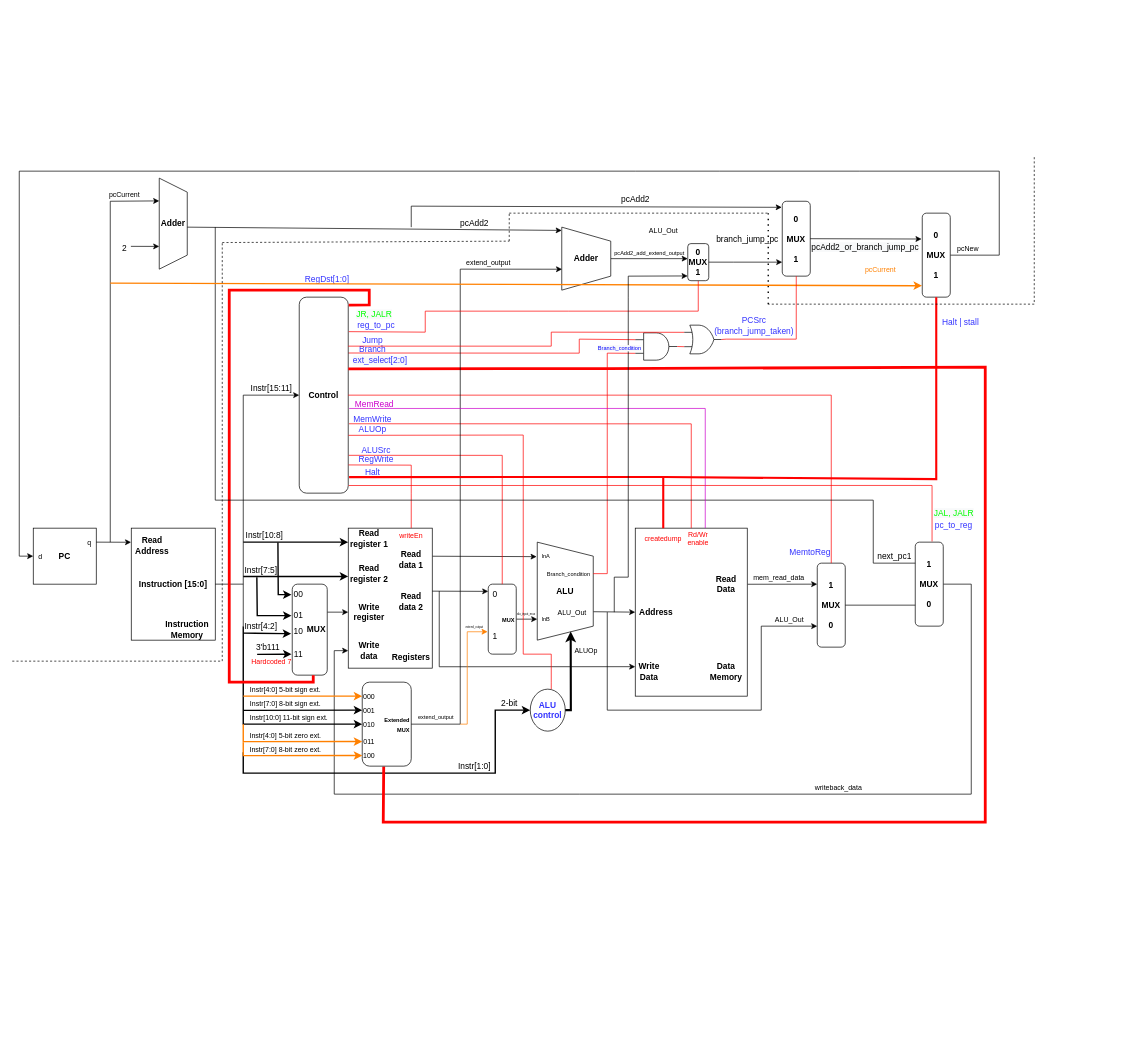
joshmeiyb/ECE552 keeps this draw.io diagram as project/new_fetch_WISC_SP22.drawio. Above is the earlier version. Source tidied: cells renumbered, new cells numbered last; positions are measured from the earlier drawing's top-left corner, leaving out a move shared by most shapes. Both pictures are drawn from the tidied source at 70%, with x=0, y=0 at pixel (12, 157).
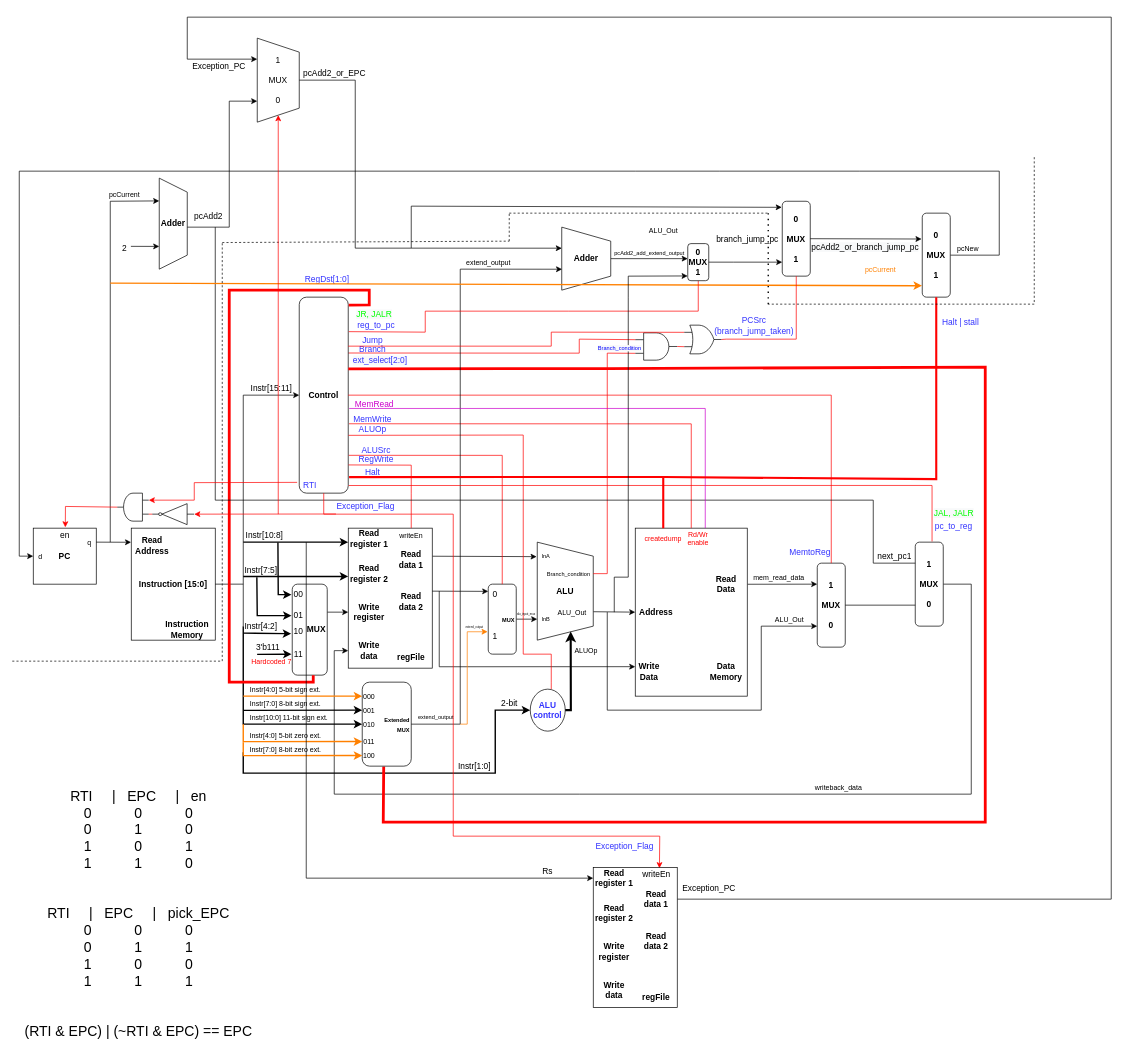
The same diagram, later.

The change refers to these unchanged cells:
```xml
<mxCell id="10" value="&lt;b&gt;Adder&lt;/b&gt;" style="shape=trapezoid;perimeter=trapezoidPerimeter;whiteSpace=wrap;html=1;fixedSize=1;direction=south;" parent="1" vertex="1">
  <mxGeometry x="785" y="100" width="70" height="90" as="geometry" />
</mxCell>
<mxCell id="25" value="&lt;b&gt;0&lt;br&gt;&lt;br&gt;MUX&lt;br&gt;&lt;br&gt;1&lt;/b&gt;" style="rounded=1;whiteSpace=wrap;html=1;" parent="1" vertex="1">
  <mxGeometry x="1100" y="63" width="40" height="107" as="geometry" />
</mxCell>
<mxCell id="65" value="&lt;b&gt;Control&lt;/b&gt;" style="rounded=1;whiteSpace=wrap;html=1;" parent="1" vertex="1">
  <mxGeometry x="410" y="200" width="70" height="280" as="geometry" />
</mxCell>
```

Change to the diagram source:
```diff
@@
     <mxCell id="26" style="endArrow=classic;html=1;rounded=0;entryX=-0.017;entryY=0.081;entryDx=0;entryDy=0;entryPerimeter=0;" parent="1" edge="1" target="25">
       <mxGeometry relative="1" as="geometry">
-        <mxPoint x="570" y="100" as="sourcePoint" />
+        <mxPoint x="570" y="130" as="sourcePoint" />
         <Array as="points">
           <mxPoint x="570" y="70" />
         </Array>
       </mxGeometry>
     </mxCell>
@@
-    <mxCell id="45" value="&lt;b&gt;Registers&lt;/b&gt;" style="text;html=1;strokeColor=none;fillColor=none;align=center;verticalAlign=middle;whiteSpace=wrap;rounded=0;" parent="1" vertex="1">
+    <mxCell id="45" value="&lt;b&gt;regFile&lt;/b&gt;" style="text;html=1;strokeColor=none;fillColor=none;align=center;verticalAlign=middle;whiteSpace=wrap;rounded=0;" parent="1" vertex="1">
       <mxGeometry x="540" y="700" width="60" height="30" as="geometry" />
     </mxCell>
@@
     <mxCell id="100" value="pcAdd2" style="text;html=1;align=center;verticalAlign=middle;strokeColor=none;fillColor=none;" parent="1" vertex="1">
-      <mxGeometry x="630" y="85" width="60" height="20" as="geometry" />
+      <mxGeometry x="250" y="75" width="60" height="20" as="geometry" />
     </mxCell>
@@
-    <mxCell id="130" value="pcAdd2" style="text;html=1;align=center;verticalAlign=middle;strokeColor=none;fillColor=none;" parent="1" vertex="1">
-      <mxGeometry x="860" y="50" width="60" height="20" as="geometry" />
+    <mxCell id="130" value="pcAdd2_or_EPC" style="text;html=1;align=center;verticalAlign=middle;strokeColor=none;fillColor=none;" parent="1" vertex="1">
+      <mxGeometry x="410" y="-130" width="100" height="20" as="geometry" />
     </mxCell>
@@
-    <mxCell id="140" style="endArrow=classic;html=1;rounded=0;fontSize=10;fontColor=#00FF00;strokeColor=#000000;strokeWidth=1;exitX=0.5;exitY=0;exitDx=0;exitDy=0;entryX=0.052;entryY=1;entryDx=0;entryDy=0;entryPerimeter=0;" parent="1" edge="1" target="10">
+    <mxCell id="140" style="endArrow=classic;html=1;rounded=0;fontSize=10;fontColor=#00FF00;strokeColor=#000000;strokeWidth=1;exitX=0.5;exitY=0;exitDx=0;exitDy=0;entryX=0.75;entryY=1;entryDx=0;entryDy=0;" parent="1" edge="1" target="184">
       <mxGeometry relative="1" as="geometry">
         <mxPoint x="250" y="100" as="sourcePoint" />
+        <Array as="points">
+          <mxPoint x="310" y="100" />
+          <mxPoint x="310" y="-80" />
+        </Array>
       </mxGeometry>
     </mxCell>
-    <mxCell id="141" value="&lt;font color=&quot;#ff0000&quot;&gt;writeEn&lt;/font&gt;" style="text;html=1;strokeColor=none;fillColor=none;align=center;verticalAlign=middle;whiteSpace=wrap;rounded=0;fontSize=10;fontColor=#00FF00;" parent="1" vertex="1">
+    <mxCell id="141" value="&lt;font color=&quot;#000000&quot;&gt;writeEn&lt;/font&gt;" style="text;html=1;strokeColor=none;fillColor=none;align=center;verticalAlign=middle;whiteSpace=wrap;rounded=0;fontSize=10;fontColor=#00FF00;" parent="1" vertex="1">
       <mxGeometry x="540" y="525" width="60" height="30" as="geometry" />
     </mxCell>
@@
+    <mxCell id="168" style="endArrow=classic;html=1;rounded=0;strokeColor=#FF0000;exitX=0.5;exitY=1;exitDx=0;exitDy=0;entryX=0.576;entryY=0.039;entryDx=0;entryDy=0;entryPerimeter=0;" parent="1" edge="1" source="65" target="182">
+      <mxGeometry relative="1" as="geometry">
+        <Array as="points">
+          <mxPoint x="445" y="510" />
+          <mxPoint x="630" y="510" />
+          <mxPoint x="630" y="970" />
+          <mxPoint x="925" y="970" />
+        </Array>
+      </mxGeometry>
+    </mxCell>
+    <mxCell id="169" value="&lt;font color=&quot;#3333ff&quot;&gt;Exception_Flag&lt;/font&gt;" style="text;html=1;strokeColor=none;fillColor=none;align=center;verticalAlign=middle;whiteSpace=wrap;rounded=0;" parent="1" vertex="1">
+      <mxGeometry x="460" y="484" width="90" height="30" as="geometry" />
+    </mxCell>
+    <mxCell id="170" value="Rs" style="text;html=1;strokeColor=none;fillColor=none;align=center;verticalAlign=middle;whiteSpace=wrap;rounded=0;" parent="1" vertex="1">
+      <mxGeometry x="735" y="1005" width="60" height="30" as="geometry" />
+    </mxCell>
+    <mxCell id="171" style="endArrow=classic;html=1;rounded=0;strokeColor=#FF0000;" parent="1" edge="1">
+      <mxGeometry relative="1" as="geometry">
+        <mxPoint x="462.5" y="509.8" as="sourcePoint" />
+        <mxPoint x="260" y="510" as="targetPoint" />
+      </mxGeometry>
+    </mxCell>
+    <mxCell id="172" style="endArrow=classic;html=1;rounded=0;strokeColor=#000000;exitX=1;exitY=0.5;exitDx=0;exitDy=0;entryX=0.25;entryY=1;entryDx=0;entryDy=0;" parent="1" edge="1" source="179" target="184">
+      <mxGeometry relative="1" as="geometry">
+        <Array as="points">
+          <mxPoint x="1570" y="1060" />
+          <mxPoint x="1570" y="-200" />
+          <mxPoint x="250" y="-200" />
+          <mxPoint x="250" y="-140" />
+        </Array>
+      </mxGeometry>
+    </mxCell>
+    <mxCell id="173" value="&lt;font color=&quot;#3333ff&quot;&gt;Exception_Flag&lt;/font&gt;" style="text;html=1;strokeColor=none;fillColor=none;align=center;verticalAlign=middle;whiteSpace=wrap;rounded=0;" parent="1" vertex="1">
+      <mxGeometry x="830" y="970" width="90" height="30" as="geometry" />
+    </mxCell>
+    <mxCell id="174" style="rounded=0;whiteSpace=wrap;html=1;" parent="1" vertex="1">
+      <mxGeometry x="830" y="1015" width="120" height="200" as="geometry" />
+    </mxCell>
+    <mxCell id="175" value="&lt;b&gt;Read&lt;br&gt;register 1&lt;/b&gt;" style="text;html=1;strokeColor=none;fillColor=none;align=center;verticalAlign=middle;whiteSpace=wrap;rounded=0;" parent="1" vertex="1">
+      <mxGeometry x="830" y="1015" width="60" height="30" as="geometry" />
+    </mxCell>
+    <mxCell id="176" value="&lt;b&gt;Read&lt;br&gt;register 2&lt;/b&gt;" style="text;html=1;strokeColor=none;fillColor=none;align=center;verticalAlign=middle;whiteSpace=wrap;rounded=0;" parent="1" vertex="1">
+      <mxGeometry x="830" y="1065" width="60" height="30" as="geometry" />
+    </mxCell>
+    <mxCell id="177" value="&lt;b&gt;Write&lt;br&gt;register&lt;/b&gt;" style="text;html=1;strokeColor=none;fillColor=none;align=center;verticalAlign=middle;whiteSpace=wrap;rounded=0;" parent="1" vertex="1">
+      <mxGeometry x="830" y="1120" width="60" height="30" as="geometry" />
+    </mxCell>
+    <mxCell id="178" value="&lt;b&gt;Write&lt;br&gt;data&lt;/b&gt;" style="text;html=1;strokeColor=none;fillColor=none;align=center;verticalAlign=middle;whiteSpace=wrap;rounded=0;" parent="1" vertex="1">
+      <mxGeometry x="830" y="1175" width="60" height="30" as="geometry" />
+    </mxCell>
+    <mxCell id="179" value="&lt;b&gt;Read&lt;br&gt;data 1&lt;/b&gt;" style="text;html=1;strokeColor=none;fillColor=none;align=center;verticalAlign=middle;whiteSpace=wrap;rounded=0;" parent="1" vertex="1">
+      <mxGeometry x="890" y="1045" width="60" height="30" as="geometry" />
+    </mxCell>
+    <mxCell id="180" value="&lt;b&gt;Read&lt;br&gt;data 2&lt;/b&gt;" style="text;html=1;strokeColor=none;fillColor=none;align=center;verticalAlign=middle;whiteSpace=wrap;rounded=0;" parent="1" vertex="1">
+      <mxGeometry x="890" y="1105" width="60" height="30" as="geometry" />
+    </mxCell>
+    <mxCell id="181" value="&lt;b&gt;regFile&lt;/b&gt;" style="text;html=1;strokeColor=none;fillColor=none;align=center;verticalAlign=middle;whiteSpace=wrap;rounded=0;" parent="1" vertex="1">
+      <mxGeometry x="890" y="1185" width="60" height="30" as="geometry" />
+    </mxCell>
+    <mxCell id="182" value="writeEn" style="text;html=1;align=center;verticalAlign=middle;points=[];strokeColor=none;fillColor=none;" parent="1" vertex="1">
+      <mxGeometry x="890" y="1015" width="60" height="20" as="geometry" />
+    </mxCell>
+    <mxCell id="183" value="Exception_PC" style="text;html=1;align=center;verticalAlign=middle;strokeColor=none;fillColor=none;fontColor=#000000;" parent="1" vertex="1">
+      <mxGeometry x="950" y="1035" width="90" height="20" as="geometry" />
+    </mxCell>
+    <mxCell id="184" value="1&lt;br&gt;&lt;br&gt;MUX&lt;br&gt;&lt;br&gt;0" style="shape=trapezoid;perimeter=trapezoidPerimeter;whiteSpace=wrap;html=1;fixedSize=1;fontColor=#000000;direction=south;" parent="1" vertex="1">
+      <mxGeometry x="350" y="-170" width="60" height="120" as="geometry" />
+    </mxCell>
+    <mxCell id="185" value="Exception_PC" style="text;html=1;align=center;verticalAlign=middle;strokeColor=none;fillColor=none;fontColor=#000000;" parent="1" vertex="1">
+      <mxGeometry x="250" y="-140" width="90" height="20" as="geometry" />
+    </mxCell>
+    <mxCell id="186" style="endArrow=classic;html=1;rounded=0;fontColor=#000000;strokeColor=#000000;exitX=0.5;exitY=0;exitDx=0;exitDy=0;entryX=0.334;entryY=0.998;entryDx=0;entryDy=0;entryPerimeter=0;" parent="1" edge="1" source="184" target="10">
+      <mxGeometry relative="1" as="geometry">
+        <Array as="points">
+          <mxPoint x="490" y="-110" />
+          <mxPoint x="490" y="130" />
+          <mxPoint x="570" y="130" />
+        </Array>
+      </mxGeometry>
+    </mxCell>
+    <mxCell id="187" style="endArrow=classic;html=1;rounded=0;fontColor=#000000;strokeColor=#000000;entryX=0;entryY=0.5;entryDx=0;entryDy=0;" parent="1" edge="1" target="175">
+      <mxGeometry relative="1" as="geometry">
+        <mxPoint x="420" y="550" as="sourcePoint" />
+        <Array as="points">
+          <mxPoint x="420" y="1030" />
+        </Array>
+      </mxGeometry>
+    </mxCell>
+    <mxCell id="188" style="endArrow=classic;html=1;rounded=0;fontColor=#000000;strokeColor=#FF0000;entryX=1;entryY=0.5;entryDx=0;entryDy=0;" parent="1" edge="1" target="184">
+      <mxGeometry relative="1" as="geometry">
+        <mxPoint x="380" y="510" as="sourcePoint" />
+      </mxGeometry>
+    </mxCell>
+    <mxCell id="189" value="&lt;font color=&quot;#3333ff&quot;&gt;RTI&lt;/font&gt;" style="text;html=1;strokeColor=none;fillColor=none;align=center;verticalAlign=middle;whiteSpace=wrap;rounded=0;" parent="1" vertex="1">
+      <mxGeometry x="412.5" y="454" width="25" height="30" as="geometry" />
+    </mxCell>
+    <mxCell id="190" style="endArrow=classic;html=1;rounded=0;fontColor=#000000;strokeColor=#FF0000;entryX=0;entryY=0.75;entryDx=0;entryDy=0;entryPerimeter=0;exitX=-0.043;exitY=0.945;exitDx=0;exitDy=0;exitPerimeter=0;" parent="1" edge="1" source="65" target="193">
+      <mxGeometry relative="1" as="geometry">
+        <Array as="points">
+          <mxPoint x="260" y="465" />
+          <mxPoint x="260" y="490" />
+        </Array>
+      </mxGeometry>
+    </mxCell>
+    <mxCell id="191" value="en" style="text;html=1;align=center;verticalAlign=middle;points=[];strokeColor=none;fillColor=none;fontColor=#000000;" parent="1" vertex="1">
+      <mxGeometry x="60" y="530" width="30" height="20" as="geometry" />
+    </mxCell>
+    <mxCell id="192" style="verticalLabelPosition=bottom;shadow=0;dashed=0;align=center;html=1;verticalAlign=top;shape=mxgraph.electrical.logic_gates.inverter_2;fontColor=#000000;direction=west;" parent="1" vertex="1">
+      <mxGeometry x="200" y="495" width="60" height="30" as="geometry" />
+    </mxCell>
+    <mxCell id="193" style="verticalLabelPosition=bottom;shadow=0;dashed=0;align=center;html=1;verticalAlign=top;shape=mxgraph.electrical.logic_gates.logic_gate;operation=and;fontColor=#000000;direction=west;" parent="1" vertex="1">
+      <mxGeometry x="150" y="480" width="45" height="40" as="geometry" />
+    </mxCell>
+    <mxCell id="194" style="endArrow=none;html=1;rounded=0;fontColor=#000000;strokeColor=#FF0000;exitX=0;exitY=0.25;exitDx=0;exitDy=0;exitPerimeter=0;entryX=1;entryY=0.5;entryDx=0;entryDy=0;entryPerimeter=0;" parent="1" edge="1" source="193" target="192">
+      <mxGeometry relative="1" as="geometry" />
+    </mxCell>
+    <mxCell id="195" style="endArrow=classic;html=1;rounded=0;fontColor=#000000;strokeColor=#FF0000;entryX=0.527;entryY=-0.06;entryDx=0;entryDy=0;entryPerimeter=0;exitX=1;exitY=0.5;exitDx=0;exitDy=0;exitPerimeter=0;" parent="1" edge="1" source="193" target="191">
+      <mxGeometry relative="1" as="geometry">
+        <Array as="points">
+          <mxPoint x="76" y="499" />
+        </Array>
+      </mxGeometry>
+    </mxCell>
+    <mxCell id="196" value="&lt;div style=&quot;font-size: 20px&quot;&gt;&lt;font style=&quot;font-size: 20px&quot;&gt;RTI&amp;nbsp; &amp;nbsp; &amp;nbsp;|&amp;nbsp; &amp;nbsp;EPC&amp;nbsp; &amp;nbsp; &amp;nbsp;|&amp;nbsp; &amp;nbsp;en&lt;/font&gt;&lt;/div&gt;&lt;div style=&quot;font-size: 20px&quot;&gt;&lt;font style=&quot;font-size: 20px&quot;&gt;0&amp;nbsp; &amp;nbsp; &amp;nbsp; &amp;nbsp; &amp;nbsp; &amp;nbsp;0&amp;nbsp; &amp;nbsp; &amp;nbsp; &amp;nbsp; &amp;nbsp; &amp;nbsp;0&lt;/font&gt;&lt;/div&gt;&lt;div style=&quot;font-size: 20px&quot;&gt;&lt;font style=&quot;font-size: 20px&quot;&gt;0&amp;nbsp; &amp;nbsp; &amp;nbsp; &amp;nbsp; &amp;nbsp; &amp;nbsp;1&amp;nbsp; &amp;nbsp; &amp;nbsp; &amp;nbsp; &amp;nbsp; &amp;nbsp;0&lt;/font&gt;&lt;/div&gt;&lt;div style=&quot;font-size: 20px&quot;&gt;&lt;font style=&quot;font-size: 20px&quot;&gt;1&amp;nbsp; &amp;nbsp; &amp;nbsp; &amp;nbsp; &amp;nbsp; &amp;nbsp;0&amp;nbsp; &amp;nbsp; &amp;nbsp; &amp;nbsp; &amp;nbsp; &amp;nbsp;1&lt;/font&gt;&lt;/div&gt;&lt;div style=&quot;font-size: 20px&quot;&gt;&lt;font style=&quot;font-size: 20px&quot;&gt;1&amp;nbsp; &amp;nbsp; &amp;nbsp; &amp;nbsp; &amp;nbsp; &amp;nbsp;1&amp;nbsp; &amp;nbsp; &amp;nbsp; &amp;nbsp; &amp;nbsp; &amp;nbsp;0&lt;/font&gt;&lt;/div&gt;&lt;div style=&quot;font-size: 20px&quot;&gt;&lt;font style=&quot;font-size: 20px&quot;&gt;&lt;br&gt;&lt;/font&gt;&lt;/div&gt;&lt;div style=&quot;font-size: 20px&quot;&gt;&lt;font style=&quot;font-size: 20px&quot;&gt;&lt;br&gt;&lt;/font&gt;&lt;/div&gt;&lt;div style=&quot;font-size: 20px&quot;&gt;&lt;font style=&quot;font-size: 20px&quot;&gt;RTI&amp;nbsp; &amp;nbsp; &amp;nbsp;|&amp;nbsp; &amp;nbsp;EPC&amp;nbsp; &amp;nbsp; &amp;nbsp;|&amp;nbsp; &amp;nbsp;pick_EPC&lt;/font&gt;&lt;/div&gt;&lt;div style=&quot;font-size: 20px&quot;&gt;&lt;font style=&quot;font-size: 20px&quot;&gt;0&amp;nbsp; &amp;nbsp; &amp;nbsp; &amp;nbsp; &amp;nbsp; &amp;nbsp;0&amp;nbsp; &amp;nbsp; &amp;nbsp; &amp;nbsp; &amp;nbsp; &amp;nbsp;0&lt;/font&gt;&lt;/div&gt;&lt;div style=&quot;font-size: 20px&quot;&gt;&lt;font style=&quot;font-size: 20px&quot;&gt;0&amp;nbsp; &amp;nbsp; &amp;nbsp; &amp;nbsp; &amp;nbsp; &amp;nbsp;1&amp;nbsp; &amp;nbsp; &amp;nbsp; &amp;nbsp; &amp;nbsp; &amp;nbsp;1&lt;/font&gt;&lt;/div&gt;&lt;div style=&quot;font-size: 20px&quot;&gt;&lt;font style=&quot;font-size: 20px&quot;&gt;1&amp;nbsp; &amp;nbsp; &amp;nbsp; &amp;nbsp; &amp;nbsp; &amp;nbsp;0&amp;nbsp; &amp;nbsp; &amp;nbsp; &amp;nbsp; &amp;nbsp; &amp;nbsp;0&lt;/font&gt;&lt;/div&gt;&lt;div style=&quot;font-size: 20px&quot;&gt;&lt;font style=&quot;font-size: 20px&quot;&gt;1&amp;nbsp; &amp;nbsp; &amp;nbsp; &amp;nbsp; &amp;nbsp; &amp;nbsp;1&amp;nbsp; &amp;nbsp; &amp;nbsp; &amp;nbsp; &amp;nbsp; &amp;nbsp;1&lt;/font&gt;&lt;/div&gt;&lt;div style=&quot;font-size: 20px&quot;&gt;&lt;font style=&quot;font-size: 20px&quot;&gt;&lt;br&gt;&lt;/font&gt;&lt;/div&gt;&lt;div style=&quot;font-size: 20px&quot;&gt;&lt;font style=&quot;font-size: 20px&quot;&gt;&lt;br&gt;&lt;/font&gt;&lt;/div&gt;&lt;div style=&quot;font-size: 20px&quot;&gt;&lt;font style=&quot;font-size: 20px&quot;&gt;(RTI &amp;amp; EPC) | (~RTI &amp;amp; EPC) == EPC&lt;/font&gt;&lt;/div&gt;" style="text;html=1;align=center;verticalAlign=middle;strokeColor=none;fillColor=none;fontColor=#000000;" parent="1" vertex="1">
+      <mxGeometry x="10" y="970" width="340" height="220" as="geometry" />
+    </mxCell>
```
